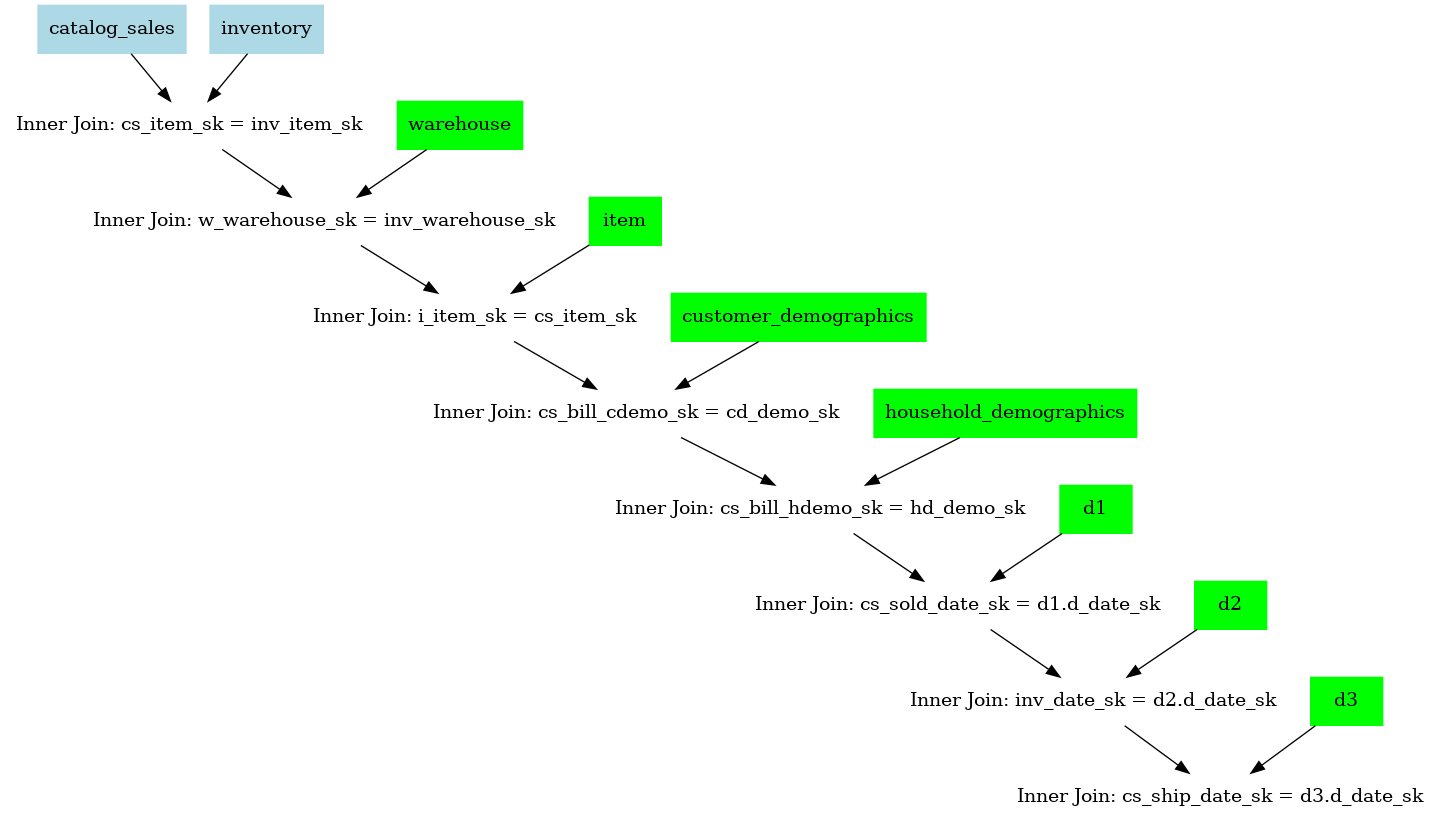
Before: examples/example1.png, a diagram exported from Graphviz (andygrove/qpml). Its source is kept beside it as examples/example1.dot.
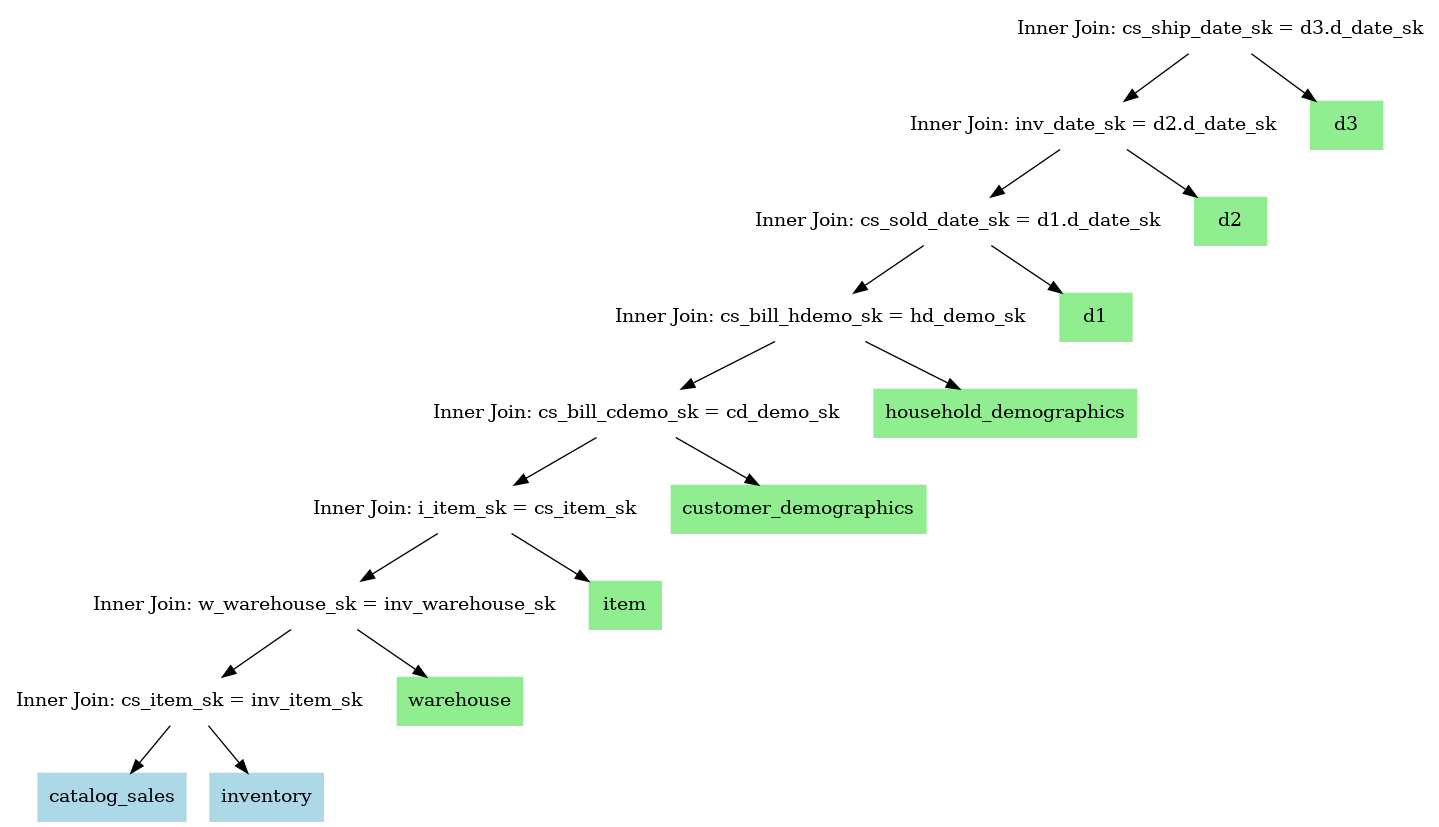
The same file after the commit.

What changed in the source:
```diff
@@ -1,69 +1,36 @@
 digraph G {
 
 	node0 [shape=box, label="Inner Join: cs_ship_date_sk = d3.d_date_sk", style=filled, color="white"];
-
-	node0_0 -> node0;
-
+	node0 -> node0_0;
 	node0_0 [shape=box, label="Inner Join: inv_date_sk = d2.d_date_sk", style=filled, color="white"];
-
-	node0_0_0 -> node0_0;
-
+	node0_0 -> node0_0_0;
 	node0_0_0 [shape=box, label="Inner Join: cs_sold_date_sk = d1.d_date_sk", style=filled, color="white"];
-
-	node0_0_0_0 -> node0_0_0;
-
+	node0_0_0 -> node0_0_0_0;
 	node0_0_0_0 [shape=box, label="Inner Join: cs_bill_hdemo_sk = hd_demo_sk", style=filled, color="white"];
-
-	node0_0_0_0_0 -> node0_0_0_0;
-
+	node0_0_0_0 -> node0_0_0_0_0;
 	node0_0_0_0_0 [shape=box, label="Inner Join: cs_bill_cdemo_sk = cd_demo_sk", style=filled, color="white"];
-
-	node0_0_0_0_0_0 -> node0_0_0_0_0;
-
+	node0_0_0_0_0 -> node0_0_0_0_0_0;
 	node0_0_0_0_0_0 [shape=box, label="Inner Join: i_item_sk = cs_item_sk", style=filled, color="white"];
-
-	node0_0_0_0_0_0_0 -> node0_0_0_0_0_0;
-
+	node0_0_0_0_0_0 -> node0_0_0_0_0_0_0;
 	node0_0_0_0_0_0_0 [shape=box, label="Inner Join: w_warehouse_sk = inv_warehouse_sk", style=filled, color="white"];
-
-	node0_0_0_0_0_0_0_0 -> node0_0_0_0_0_0_0;
-
+	node0_0_0_0_0_0_0 -> node0_0_0_0_0_0_0_0;
 	node0_0_0_0_0_0_0_0 [shape=box, label="Inner Join: cs_item_sk = inv_item_sk", style=filled, color="white"];
-
-	node0_0_0_0_0_0_0_0_0 -> node0_0_0_0_0_0_0_0;
-
+	node0_0_0_0_0_0_0_0 -> node0_0_0_0_0_0_0_0_0;
 	node0_0_0_0_0_0_0_0_0 [shape=box, label="catalog_sales", style=filled, color="lightblue"];
-
-	node0_0_0_0_0_0_0_0_1 -> node0_0_0_0_0_0_0_0;
-
+	node0_0_0_0_0_0_0_0 -> node0_0_0_0_0_0_0_0_1;
 	node0_0_0_0_0_0_0_0_1 [shape=box, label="inventory", style=filled, color="lightblue"];
-
-	node0_0_0_0_0_0_0_1 -> node0_0_0_0_0_0_0;
-
-	node0_0_0_0_0_0_0_1 [shape=box, label="warehouse", style=filled, color="green"];
-
-	node0_0_0_0_0_0_1 -> node0_0_0_0_0_0;
-
-	node0_0_0_0_0_0_1 [shape=box, label="item", style=filled, color="green"];
-
-	node0_0_0_0_0_1 -> node0_0_0_0_0;
-
-	node0_0_0_0_0_1 [shape=box, label="customer_demographics", style=filled, color="green"];
-
-	node0_0_0_0_1 -> node0_0_0_0;
-
-	node0_0_0_0_1 [shape=box, label="household_demographics", style=filled, color="green"];
-
-	node0_0_0_1 -> node0_0_0;
-
-	node0_0_0_1 [shape=box, label="d1", style=filled, color="green"];
-
-	node0_0_1 -> node0_0;
-
-	node0_0_1 [shape=box, label="d2", style=filled, color="green"];
-
-	node0_1 -> node0;
-
-	node0_1 [shape=box, label="d3", style=filled, color="green"];
-
+	node0_0_0_0_0_0_0 -> node0_0_0_0_0_0_0_1;
+	node0_0_0_0_0_0_0_1 [shape=box, label="warehouse", style=filled, color="lightgreen"];
+	node0_0_0_0_0_0 -> node0_0_0_0_0_0_1;
+	node0_0_0_0_0_0_1 [shape=box, label="item", style=filled, color="lightgreen"];
+	node0_0_0_0_0 -> node0_0_0_0_0_1;
+	node0_0_0_0_0_1 [shape=box, label="customer_demographics", style=filled, color="lightgreen"];
+	node0_0_0_0 -> node0_0_0_0_1;
+	node0_0_0_0_1 [shape=box, label="household_demographics", style=filled, color="lightgreen"];
+	node0_0_0 -> node0_0_0_1;
+	node0_0_0_1 [shape=box, label="d1", style=filled, color="lightgreen"];
+	node0_0 -> node0_0_1;
+	node0_0_1 [shape=box, label="d2", style=filled, color="lightgreen"];
+	node0 -> node0_1;
+	node0_1 [shape=box, label="d3", style=filled, color="lightgreen"];
 }
```
